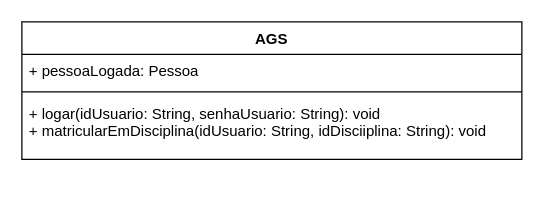
Earlier version of the draw.io diagram projeto/diagrama_de_classes/diagrama_classe_sistema.drawio (Suvacco/AGS). Source tidied: cells renumbered, new cells numbered last; positions are measured from the earlier drawing's top-left corner, leaving out a move shared by most shapes. Both pictures are drawn from the tidied source at 125%, with x=0, y=0 at pixel (21, 21).
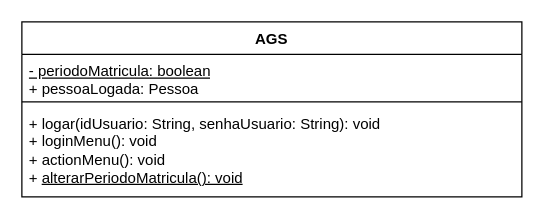
The same diagram, later.

Commit message (it also covers changes not shown here):
Atualizando diagramas de classe

What changed in the source:
```diff
@@
 <mxGraphModel>
   <root>
     <mxCell id="0" />
     <mxCell id="1" parent="0" />
     <mxCell id="2" value="AGS" style="swimlane;fontStyle=1;align=center;verticalAlign=top;horizontal=1;startSize=26;whiteSpace=wrap;html=1;" parent="1" vertex="1">
-      <mxGeometry width="400" height="110" as="geometry" />
+      <mxGeometry width="400" height="140" as="geometry" />
     </mxCell>
-    <mxCell id="3" value="&lt;div&gt;+ pessoaLogada: Pessoa&lt;/div&gt;&lt;div&gt;&lt;br&gt;&lt;/div&gt;" style="text;strokeColor=none;fillColor=none;align=left;verticalAlign=top;spacingLeft=4;spacingRight=4;overflow=hidden;whiteSpace=wrap;html=1;" parent="2" vertex="1">
-      <mxGeometry y="26" width="400" height="26" as="geometry" />
+    <mxCell id="3" value="&lt;div&gt;&lt;u&gt;- periodoMatricula: boolean&lt;/u&gt;&lt;br&gt;&lt;/div&gt;&lt;div&gt;+ pessoaLogada: Pessoa&lt;/div&gt;&lt;div&gt;&lt;br&gt;&lt;/div&gt;" style="text;strokeColor=none;fillColor=none;align=left;verticalAlign=top;spacingLeft=4;spacingRight=4;overflow=hidden;whiteSpace=wrap;html=1;" parent="2" vertex="1">
+      <mxGeometry y="26" width="400" height="34" as="geometry" />
     </mxCell>
     <mxCell id="4" style="line;strokeWidth=1;fillColor=none;align=left;verticalAlign=middle;spacingTop=-1;spacingLeft=3;spacingRight=3;labelPosition=right;strokeColor=inherit;" parent="2" vertex="1">
-      <mxGeometry y="52" width="400" height="8" as="geometry" />
+      <mxGeometry y="60" width="400" height="8" as="geometry" />
     </mxCell>
-    <mxCell id="5" value="&lt;div&gt;+ logar(idUsuario: String, senhaUsuario: String): void&lt;/div&gt;&lt;div&gt;+ matricularEmDisciplina(idUsuario: String, idDisciiplina: String): void&lt;span style=&quot;white-space: pre;&quot;&gt;&#9;&lt;/span&gt;&lt;br&gt;&lt;/div&gt;" style="text;strokeColor=none;fillColor=none;align=left;verticalAlign=top;spacingLeft=4;spacingRight=4;overflow=hidden;whiteSpace=wrap;html=1;" parent="2" vertex="1">
-      <mxGeometry y="60" width="400" height="50" as="geometry" />
+    <mxCell id="5" value="&lt;div&gt;+ logar(idUsuario: String, senhaUsuario: String): void&lt;/div&gt;&lt;div&gt;+ loginMenu(): void&lt;/div&gt;&lt;div&gt;+ actionMenu(): void&lt;/div&gt;&lt;div&gt;+ &lt;u&gt;alterarPeriodoMatricula(): void&lt;/u&gt;&lt;br&gt;&lt;/div&gt;" style="text;strokeColor=none;fillColor=none;align=left;verticalAlign=top;spacingLeft=4;spacingRight=4;overflow=hidden;whiteSpace=wrap;html=1;" parent="2" vertex="1">
+      <mxGeometry y="68" width="400" height="72" as="geometry" />
     </mxCell>
   </root>
 </mxGraphModel>
```
